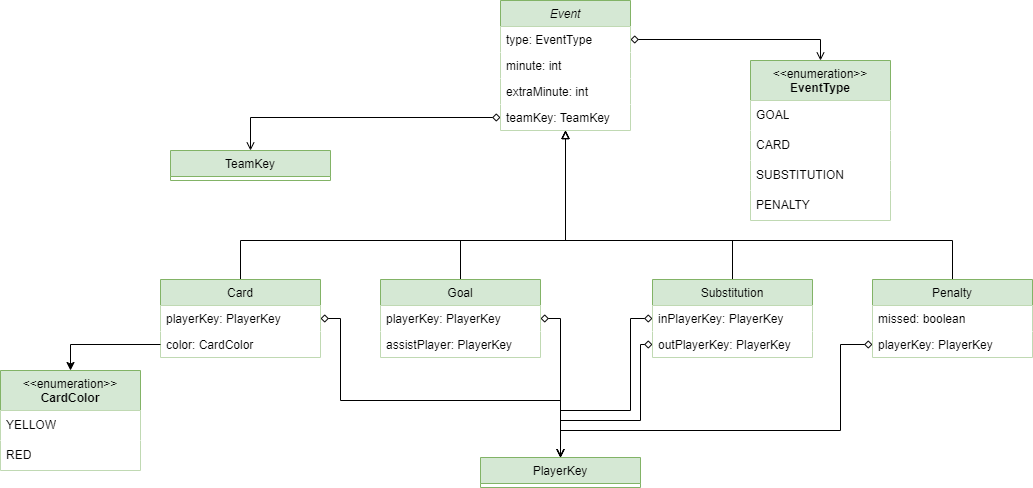
This is docs/Event.png from BrunoMNDantas/FlashscoreAPI, a draw.io export, as it was before one commit. Source tidied: cells renumbered, new cells last; positions are measured from the earlier drawing's top-left corner, leaving out a move shared by most shapes.
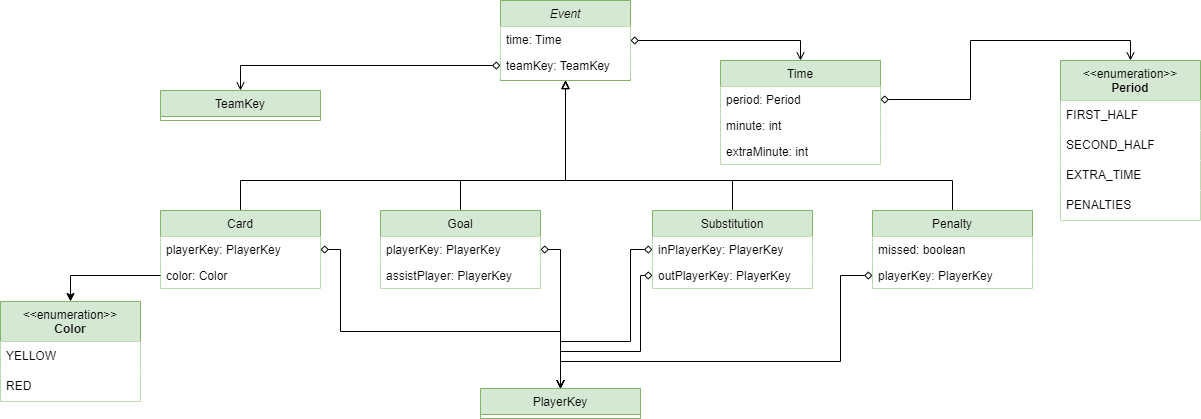
After the change.

Commit message:
UML diagrams updated

What changed in the source:
```diff
@@ -2,26 +2,23 @@
   <root>
     <mxCell id="0" />
     <mxCell id="1" parent="0" />
+    <mxCell id="41" style="edgeStyle=orthogonalEdgeStyle;rounded=0;jettySize=auto;html=1;exitX=1;exitY=0.5;exitDx=0;exitDy=0;entryX=0.5;entryY=0;entryDx=0;entryDy=0;startArrow=diamond;startFill=0;endArrow=open;endFill=0;" parent="1" edge="1" source="2" target="47">
+      <mxGeometry relative="1" as="geometry" />
+    </mxCell>
     <mxCell id="2" value="Event" style="swimlane;fontStyle=2;align=center;verticalAlign=top;horizontal=1;startSize=26;rounded=0;shadow=0;strokeWidth=1;fillColor=#d5e8d4;strokeColor=#82b366;" parent="1" vertex="1">
-      <mxGeometry x="500" width="130" height="130" as="geometry" />
+      <mxGeometry x="500" y="69" width="130" height="80" as="geometry" />
     </mxCell>
-    <mxCell id="3" value="type: EventType" style="text;align=left;verticalAlign=top;spacingLeft=4;spacingRight=4;overflow=hidden;points=[[0,0.5],[1,0.5]];portConstraint=eastwest;fillColor=default;" parent="2" vertex="1">
-      <mxGeometry y="26" width="130" height="26" as="geometry" />
-    </mxCell>
-    <mxCell id="4" value="minute: int" style="text;align=left;verticalAlign=top;spacingLeft=4;spacingRight=4;overflow=hidden;rounded=0;shadow=0;html=0;fillColor=default;" parent="2" vertex="1">
-      <mxGeometry y="52" width="130" height="26" as="geometry" />
+    <mxCell id="4" value="time: Time" style="text;align=left;verticalAlign=top;spacingLeft=4;spacingRight=4;overflow=hidden;rounded=0;shadow=0;html=0;fillColor=default;" parent="2" vertex="1">
+      <mxGeometry y="26" width="130" height="26" as="geometry" />
     </mxCell>
-    <mxCell id="5" value="extraMinute: int" style="text;align=left;verticalAlign=top;spacingLeft=4;spacingRight=4;overflow=hidden;rounded=0;shadow=0;html=0;fillColor=default;" parent="2" vertex="1">
-      <mxGeometry y="78" width="130" height="26" as="geometry" />
-    </mxCell>
     <mxCell id="6" value="teamKey: TeamKey" style="text;align=left;verticalAlign=top;spacingLeft=4;spacingRight=4;overflow=hidden;points=[[0,0.5],[1,0.5]];portConstraint=eastwest;rounded=0;shadow=0;html=0;fillColor=default;" parent="2" vertex="1">
-      <mxGeometry y="104" width="130" height="26" as="geometry" />
+      <mxGeometry y="52" width="130" height="26" as="geometry" />
     </mxCell>
     <mxCell id="7" style="edgeStyle=orthogonalEdgeStyle;rounded=0;jettySize=auto;html=1;exitX=0.5;exitY=0;exitDx=0;exitDy=0;entryX=0.5;entryY=1;entryDx=0;entryDy=0;endArrow=block;endFill=0;" parent="1" edge="1" source="8" target="2">
       <mxGeometry relative="1" as="geometry">
         <Array as="points">
-          <mxPoint x="952" y="240" />
-          <mxPoint x="565" y="240" />
+          <mxPoint x="952" y="249" />
+          <mxPoint x="565" y="249" />
         </Array>
       </mxGeometry>
     </mxCell>
@@ -37,8 +34,8 @@
     <mxCell id="11" style="edgeStyle=orthogonalEdgeStyle;rounded=0;jettySize=auto;html=1;exitX=0.5;exitY=0;exitDx=0;exitDy=0;entryX=0.5;entryY=1;entryDx=0;entryDy=0;endArrow=block;endFill=0;" parent="1" edge="1" source="13" target="2">
       <mxGeometry relative="1" as="geometry">
         <Array as="points">
-          <mxPoint x="732" y="240" />
-          <mxPoint x="565" y="240" />
+          <mxPoint x="732" y="249" />
+          <mxPoint x="565" y="249" />
         </Array>
       </mxGeometry>
     </mxCell>
@@ -63,8 +60,8 @@
     <mxCell id="16" style="edgeStyle=orthogonalEdgeStyle;rounded=0;jettySize=auto;html=1;exitX=0.5;exitY=0;exitDx=0;exitDy=0;entryX=0.5;entryY=1;entryDx=0;entryDy=0;endArrow=block;endFill=0;" parent="1" edge="1" source="17" target="2">
       <mxGeometry relative="1" as="geometry">
         <Array as="points">
-          <mxPoint x="240" y="240" />
-          <mxPoint x="565" y="240" />
+          <mxPoint x="240" y="249" />
+          <mxPoint x="565" y="249" />
         </Array>
       </mxGeometry>
     </mxCell>
@@ -74,14 +71,14 @@
     <mxCell id="18" value="playerKey: PlayerKey" style="text;align=left;verticalAlign=top;spacingLeft=4;spacingRight=4;overflow=hidden;points=[[0,0.5],[1,0.5]];portConstraint=eastwest;fillColor=default;" parent="17" vertex="1">
       <mxGeometry y="26" width="160" height="26" as="geometry" />
     </mxCell>
-    <mxCell id="19" value="color: CardColor" style="text;align=left;verticalAlign=top;spacingLeft=4;spacingRight=4;overflow=hidden;points=[[0,0.5],[1,0.5]];portConstraint=eastwest;fillColor=default;" parent="17" vertex="1">
+    <mxCell id="19" value="color: Color" style="text;align=left;verticalAlign=top;spacingLeft=4;spacingRight=4;overflow=hidden;points=[[0,0.5],[1,0.5]];portConstraint=eastwest;fillColor=default;" parent="17" vertex="1">
       <mxGeometry y="52" width="160" height="26" as="geometry" />
     </mxCell>
     <mxCell id="20" style="edgeStyle=orthogonalEdgeStyle;rounded=0;jettySize=auto;html=1;exitX=0.5;exitY=0;exitDx=0;exitDy=0;entryX=0.5;entryY=1;entryDx=0;entryDy=0;endArrow=block;endFill=0;" parent="1" edge="1" source="22" target="2">
       <mxGeometry relative="1" as="geometry">
         <Array as="points">
-          <mxPoint x="460" y="240" />
-          <mxPoint x="565" y="240" />
+          <mxPoint x="460" y="249" />
+          <mxPoint x="565" y="249" />
         </Array>
       </mxGeometry>
     </mxCell>
@@ -101,27 +98,9 @@
       <mxGeometry x="480" y="457" width="160" height="30" as="geometry" />
     </mxCell>
     <mxCell id="26" value="TeamKey" style="swimlane;fontStyle=0;align=center;verticalAlign=top;horizontal=1;startSize=26;rounded=0;shadow=0;strokeWidth=1;fillColor=#d5e8d4;strokeColor=#82b366;" parent="1" vertex="1">
-      <mxGeometry x="170" y="150" width="160" height="30" as="geometry" />
+      <mxGeometry x="160" y="159" width="160" height="30" as="geometry" />
     </mxCell>
-    <mxCell id="27" value="&amp;lt;&amp;lt;enumeration&amp;gt;&amp;gt;&lt;br&gt;&lt;b&gt;EventType&lt;/b&gt;" style="swimlane;fontStyle=0;align=center;verticalAlign=top;horizontal=1;startSize=40;html=1;whiteSpace=wrap;fillColor=#d5e8d4;strokeColor=#82b366;" parent="1" vertex="1">
-      <mxGeometry x="750" y="60" width="140" height="160" as="geometry" />
-    </mxCell>
-    <mxCell id="28" value="GOAL" style="text;html=1;strokeColor=none;fillColor=default;align=left;verticalAlign=middle;spacingLeft=4;spacingRight=4;overflow=hidden;whiteSpace=wrap;" parent="27" vertex="1">
-      <mxGeometry y="40" width="140" height="30" as="geometry" />
-    </mxCell>
-    <mxCell id="29" value="CARD" style="text;html=1;strokeColor=none;fillColor=default;align=left;verticalAlign=middle;spacingLeft=4;spacingRight=4;overflow=hidden;whiteSpace=wrap;" parent="27" vertex="1">
-      <mxGeometry y="70" width="140" height="30" as="geometry" />
-    </mxCell>
-    <mxCell id="30" value="SUBSTITUTION" style="text;html=1;strokeColor=none;fillColor=default;align=left;verticalAlign=middle;spacingLeft=4;spacingRight=4;overflow=hidden;whiteSpace=wrap;" parent="27" vertex="1">
-      <mxGeometry y="100" width="140" height="30" as="geometry" />
-    </mxCell>
-    <mxCell id="31" value="PENALTY" style="text;html=1;strokeColor=none;fillColor=default;align=left;verticalAlign=middle;spacingLeft=4;spacingRight=4;overflow=hidden;whiteSpace=wrap;" parent="27" vertex="1">
-      <mxGeometry y="130" width="140" height="30" as="geometry" />
-    </mxCell>
-    <mxCell id="32" style="edgeStyle=orthogonalEdgeStyle;rounded=0;jettySize=auto;html=1;exitX=1;exitY=0.5;exitDx=0;exitDy=0;entryX=0.5;entryY=0;entryDx=0;entryDy=0;endArrow=open;endFill=0;startArrow=diamond;startFill=0;" parent="1" edge="1" source="3" target="27">
-      <mxGeometry relative="1" as="geometry" />
-    </mxCell>
-    <mxCell id="33" value="&amp;lt;&amp;lt;enumeration&amp;gt;&amp;gt;&lt;br&gt;&lt;b&gt;CardColor&lt;/b&gt;" style="swimlane;fontStyle=0;align=center;verticalAlign=top;horizontal=1;startSize=40;html=1;whiteSpace=wrap;fillColor=#d5e8d4;strokeColor=#82b366;" parent="1" vertex="1">
+    <mxCell id="33" value="&amp;lt;&amp;lt;enumeration&amp;gt;&amp;gt;&lt;br&gt;&lt;b&gt;Color&lt;/b&gt;" style="swimlane;fontStyle=0;align=center;verticalAlign=top;horizontal=1;startSize=40;html=1;whiteSpace=wrap;fillColor=#d5e8d4;strokeColor=#82b366;" parent="1" vertex="1">
       <mxGeometry y="370" width="140" height="100" as="geometry" />
     </mxCell>
     <mxCell id="34" value="YELLOW" style="text;html=1;strokeColor=none;fillColor=default;align=left;verticalAlign=middle;spacingLeft=4;spacingRight=4;overflow=hidden;whiteSpace=wrap;" parent="33" vertex="1">
@@ -163,5 +142,35 @@
     <mxCell id="40" style="edgeStyle=orthogonalEdgeStyle;rounded=0;jettySize=auto;html=1;exitX=0;exitY=0.5;exitDx=0;exitDy=0;entryX=0.5;entryY=0;entryDx=0;entryDy=0;endArrow=open;endFill=0;startArrow=diamond;startFill=0;" parent="1" edge="1" source="6" target="26">
       <mxGeometry relative="1" as="geometry" />
     </mxCell>
+    <mxCell id="42" value="&amp;lt;&amp;lt;enumeration&amp;gt;&amp;gt;&lt;br&gt;&lt;b&gt;Period&lt;/b&gt;" style="swimlane;fontStyle=0;align=center;verticalAlign=top;horizontal=1;startSize=40;html=1;whiteSpace=wrap;fillColor=#d5e8d4;strokeColor=#82b366;" parent="1" vertex="1">
+      <mxGeometry x="1060" y="129" width="140" height="160" as="geometry" />
+    </mxCell>
+    <mxCell id="43" value="FIRST_HALF" style="text;html=1;strokeColor=none;fillColor=default;align=left;verticalAlign=middle;spacingLeft=4;spacingRight=4;overflow=hidden;whiteSpace=wrap;" parent="42" vertex="1">
+      <mxGeometry y="40" width="140" height="30" as="geometry" />
+    </mxCell>
+    <mxCell id="44" value="SECOND_HALF" style="text;html=1;strokeColor=none;fillColor=default;align=left;verticalAlign=middle;spacingLeft=4;spacingRight=4;overflow=hidden;whiteSpace=wrap;" parent="42" vertex="1">
+      <mxGeometry y="70" width="140" height="30" as="geometry" />
+    </mxCell>
+    <mxCell id="45" value="EXTRA_TIME" style="text;html=1;strokeColor=none;fillColor=default;align=left;verticalAlign=middle;spacingLeft=4;spacingRight=4;overflow=hidden;whiteSpace=wrap;" parent="42" vertex="1">
+      <mxGeometry y="100" width="140" height="30" as="geometry" />
+    </mxCell>
+    <mxCell id="46" value="PENALTIES" style="text;html=1;strokeColor=none;fillColor=default;align=left;verticalAlign=middle;spacingLeft=4;spacingRight=4;overflow=hidden;whiteSpace=wrap;" parent="42" vertex="1">
+      <mxGeometry y="130" width="140" height="30" as="geometry" />
+    </mxCell>
+    <mxCell id="47" value="Time" style="swimlane;fontStyle=0;align=center;verticalAlign=top;horizontal=1;startSize=26;rounded=0;shadow=0;strokeWidth=1;fillColor=#d5e8d4;strokeColor=#82b366;" parent="1" vertex="1">
+      <mxGeometry x="720" y="129" width="160" height="104" as="geometry" />
+    </mxCell>
+    <mxCell id="48" value="period: Period" style="text;align=left;verticalAlign=top;spacingLeft=4;spacingRight=4;overflow=hidden;points=[[0,0.5],[1,0.5]];portConstraint=eastwest;fillColor=default;" parent="47" vertex="1">
+      <mxGeometry y="26" width="160" height="26" as="geometry" />
+    </mxCell>
+    <mxCell id="49" value="minute: int" style="text;align=left;verticalAlign=top;spacingLeft=4;spacingRight=4;overflow=hidden;fillColor=default;" parent="47" vertex="1">
+      <mxGeometry y="52" width="160" height="26" as="geometry" />
+    </mxCell>
+    <mxCell id="5" value="extraMinute: int" style="text;align=left;verticalAlign=top;spacingLeft=4;spacingRight=4;overflow=hidden;fillColor=default;" parent="47" vertex="1">
+      <mxGeometry y="78" width="160" height="26" as="geometry" />
+    </mxCell>
+    <mxCell id="50" style="edgeStyle=orthogonalEdgeStyle;rounded=0;jettySize=auto;html=1;exitX=1;exitY=0.5;exitDx=0;exitDy=0;entryX=0.5;entryY=0;entryDx=0;entryDy=0;startArrow=diamond;startFill=0;endArrow=open;endFill=0;" parent="1" edge="1" source="48" target="42">
+      <mxGeometry relative="1" as="geometry" />
+    </mxCell>
   </root>
 </mxGraphModel>
```
